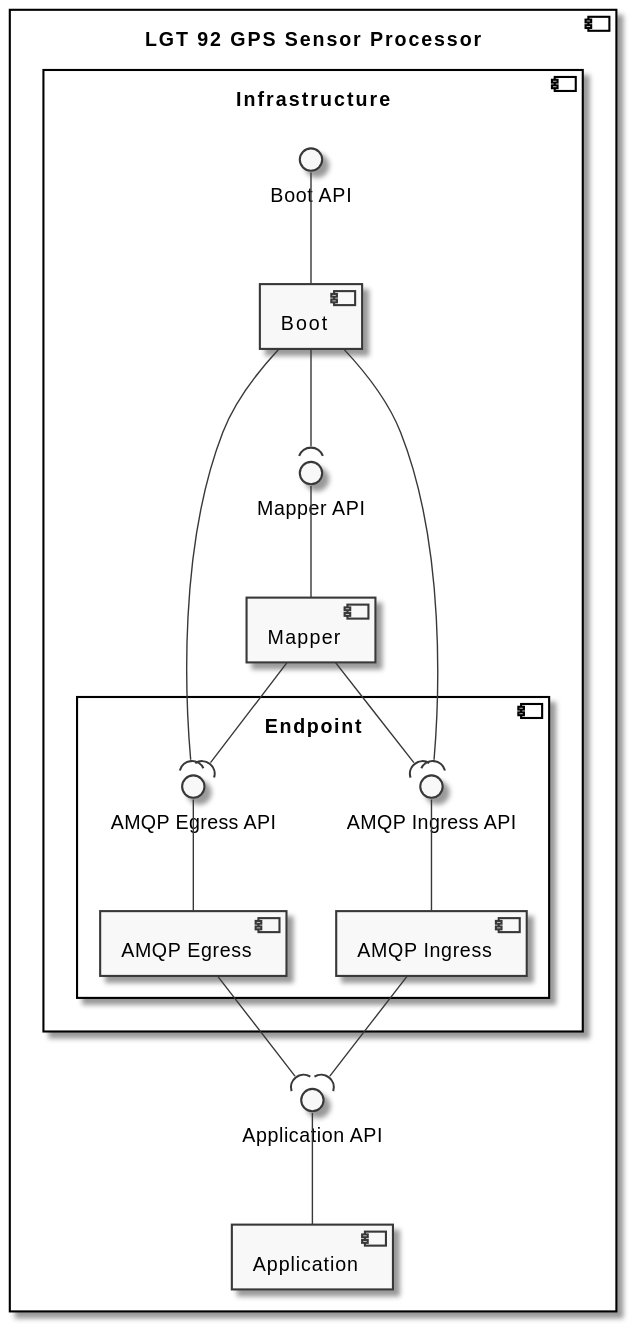
Earlier version of the PlantUML export docs/diagrams/logical-view-level3-lgt-92-gps-sensor-processor.svg (FilipeMCruz/sensae-console). Its diagram source:
```plantuml
@startuml logical-view-level3-lgt-92-gps-sensor-processor

skinparam Monochrome true

component "LGT 92 GPS Sensor Processor" {
    component "Application" as APP
    component "Infrastructure" as INFRA {
        component "Boot" as BOOT
        component "Mapper" as MAP
        component "Endpoint" as ENDPOINT {
            component "AMQP Egress" as EGRESS
            component "AMQP Ingress" as INGRESS
            interface "AMQP Egress API" as EGRESS_API
            interface "AMQP Ingress API" as INGRESS_API
        }
        () "Boot API" as BOOT_API
        () "Mapper API" as MAP_API
    }

    () "Application API" as APP_API

    EGRESS_API -- EGRESS
    INGRESS_API -- INGRESS

    APP_API -- APP
    BOOT_API -- BOOT
    MAP_API -- MAP

    EGRESS --( APP_API
    INGRESS --( APP_API

    MAP --( EGRESS_API
    MAP --( INGRESS_API

    BOOT --( MAP_API
    BOOT --( INGRESS_API
    BOOT --( EGRESS_API
}

@enduml
```
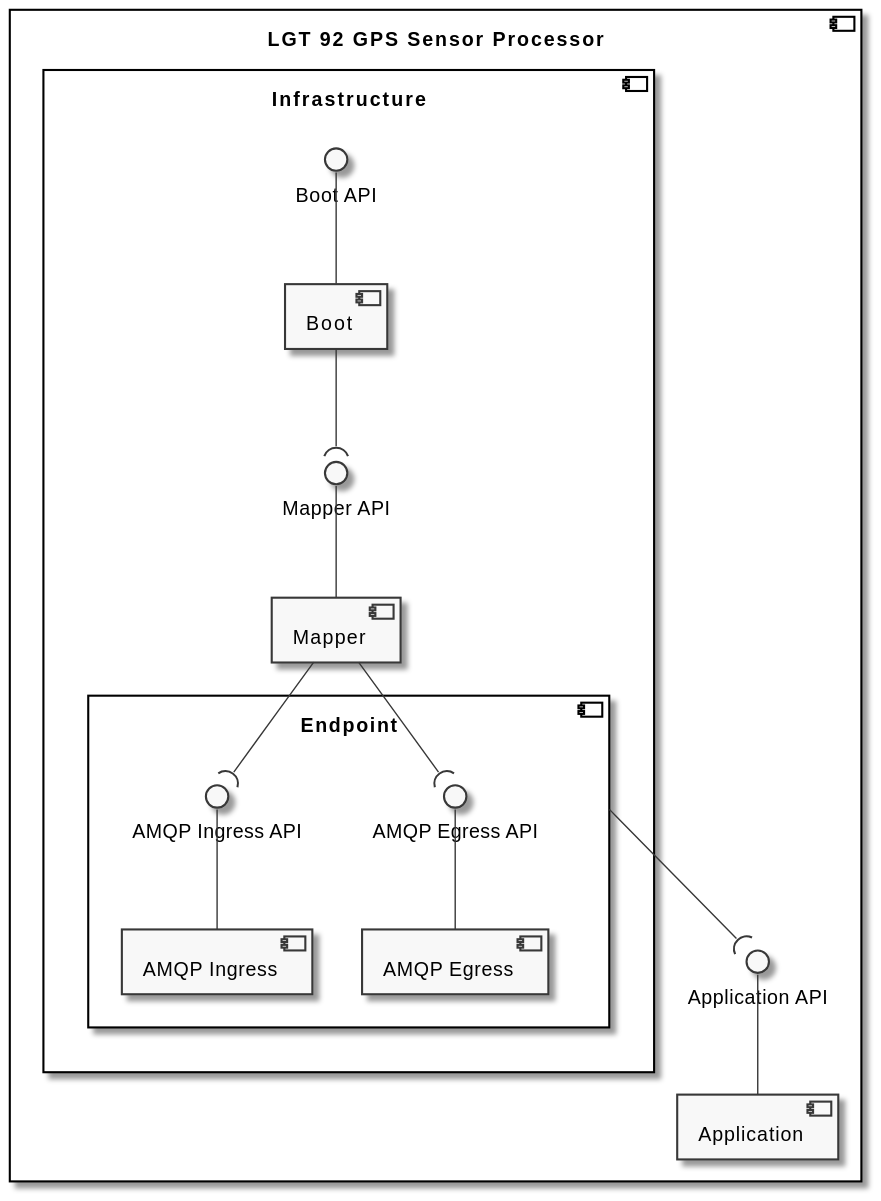
The same diagram one commit later.

The edit, as a diff of the source:
```diff
@@ -13,11 +13,11 @@
             interface "AMQP Egress API" as EGRESS_API
             interface "AMQP Ingress API" as INGRESS_API
         }
-        () "Boot API" as BOOT_API
-        () "Mapper API" as MAP_API
+        interface "Boot API" as BOOT_API
+        interface "Mapper API" as MAP_API
     }
 
-    () "Application API" as APP_API
+    interface "Application API" as APP_API
 
     EGRESS_API -- EGRESS
     INGRESS_API -- INGRESS
@@ -26,15 +26,12 @@
     BOOT_API -- BOOT
     MAP_API -- MAP
 
-    EGRESS --( APP_API
-    INGRESS --( APP_API
+    ENDPOINT --( APP_API
 
     MAP --( EGRESS_API
     MAP --( INGRESS_API
 
     BOOT --( MAP_API
-    BOOT --( INGRESS_API
-    BOOT --( EGRESS_API
 }
 
 @enduml
```
